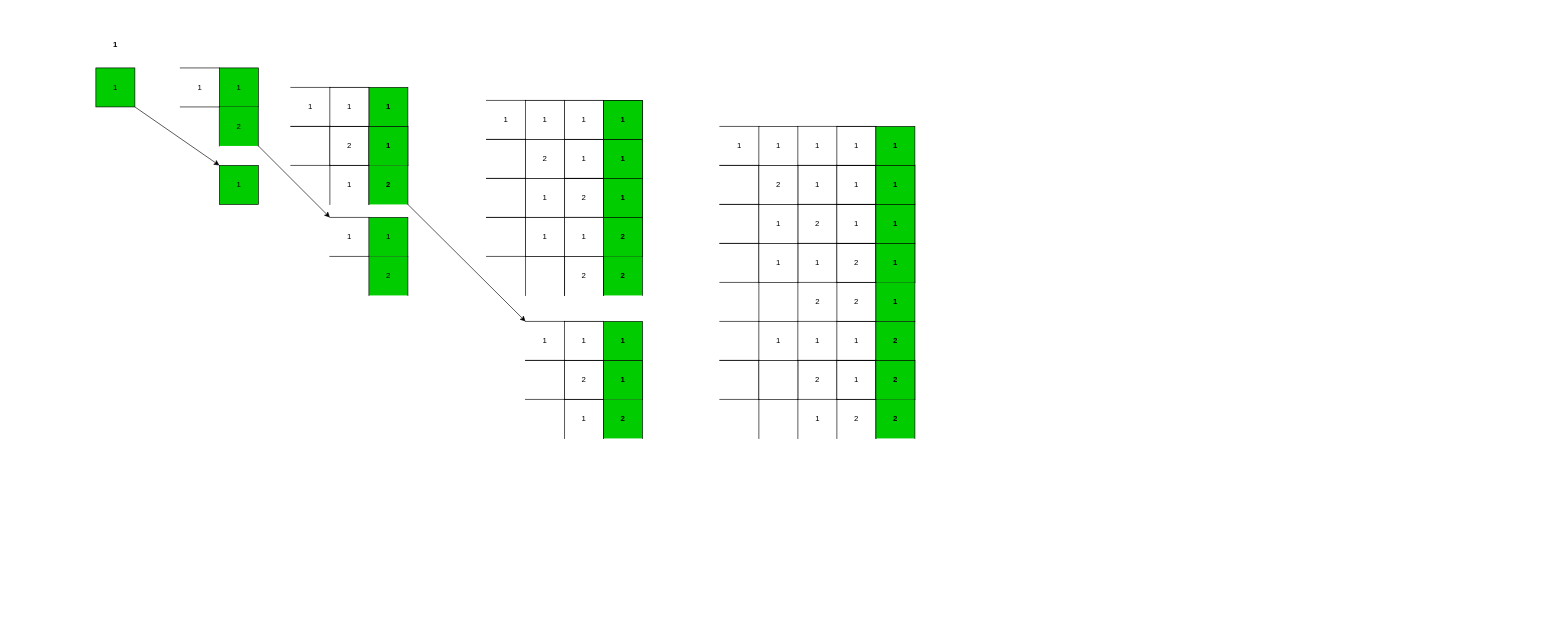
Earlier version of the draw.io diagram 爬梯子.drawio (ChrisFynnWang/algorithm). Source tidied: cells renumbered, new cells numbered last; positions are measured from the earlier drawing's top-left corner, leaving out a move shared by most shapes. Both pictures are drawn from the tidied source at 65%, with x=0, y=0 at pixel (70, 35).
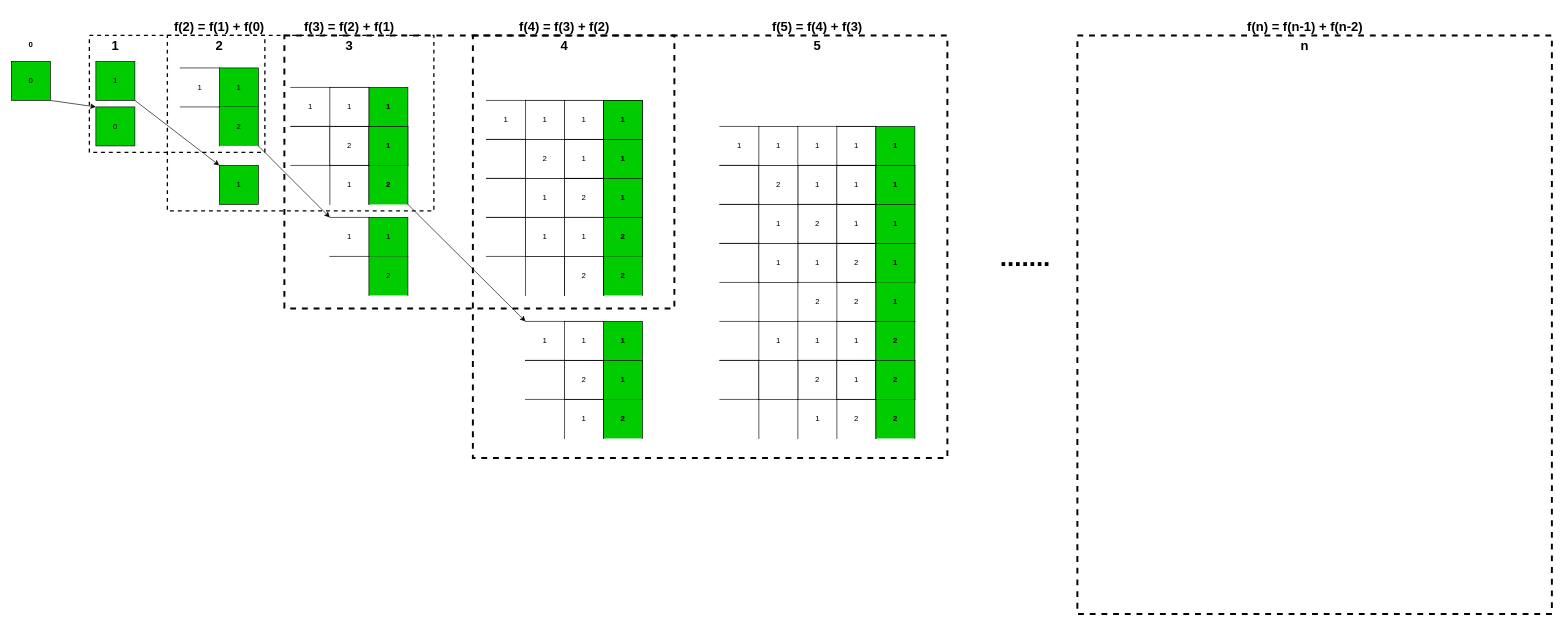
After the change.

Commit message:
更新爬梯子.drawio

What changed in the source:
```diff
@@
+    <mxCell id="174" style="rounded=0;whiteSpace=wrap;html=1;labelBackgroundColor=#FFFFFF;fontColor=#000000;fillColor=none;shadow=0;dashed=1;strokeWidth=2;" parent="1" vertex="1">
+      <mxGeometry x="30" width="270" height="180" as="geometry" />
+    </mxCell>
+    <mxCell id="175" style="rounded=0;whiteSpace=wrap;html=1;labelBackgroundColor=#FFFFFF;fontColor=#000000;fillColor=none;shadow=0;dashed=1;strokeWidth=3;" parent="1" vertex="1">
+      <mxGeometry x="620" width="730" height="650" as="geometry" />
+    </mxCell>
+    <mxCell id="176" style="rounded=0;whiteSpace=wrap;html=1;labelBackgroundColor=#FFFFFF;fontColor=#000000;fillColor=none;shadow=0;dashed=1;strokeWidth=3;" parent="1" vertex="1">
+      <mxGeometry x="330" width="600" height="420" as="geometry" />
+    </mxCell>
+    <mxCell id="177" style="rounded=0;whiteSpace=wrap;html=1;labelBackgroundColor=#FFFFFF;fontColor=#000000;fillColor=none;shadow=0;dashed=1;strokeWidth=2;" parent="1" vertex="1">
+      <mxGeometry x="150" width="410" height="270" as="geometry" />
+    </mxCell>
@@
     <mxCell id="6" style="group;" parent="1" vertex="1">
-      <mxGeometry x="400" y="80" width="120" height="180" as="geometry" />
+      <mxGeometry x="400" y="80" width="120" height="210" as="geometry" />
     </mxCell>
@@
     <mxCell id="10" style="group;" parent="6" vertex="1">
-      <mxGeometry x="-60" width="120" height="180" as="geometry" />
+      <mxGeometry x="-60" width="140" height="210" as="geometry" />
     </mxCell>
@@
     <mxCell id="77" style="group;" parent="1" vertex="1">
-      <mxGeometry y="30" width="120" height="120" as="geometry" />
+      <mxGeometry y="30" width="120" height="140" as="geometry" />
     </mxCell>
     <mxCell id="78" value="1" style="whiteSpace=wrap;html=1;fillColor=#00CC00;" parent="77" vertex="1">
-      <mxGeometry x="40" y="20" width="60" height="60" as="geometry" />
+      <mxGeometry x="40" y="10" width="60" height="60" as="geometry" />
     </mxCell>
+    <mxCell id="178" value="0" style="whiteSpace=wrap;html=1;fillColor=#00CC00;" parent="77" vertex="1">
+      <mxGeometry x="40" y="80" width="60" height="60" as="geometry" />
+    </mxCell>
@@
-    <mxCell id="173" value="&lt;b&gt;1&lt;/b&gt;" style="text;html=1;strokeColor=none;fillColor=none;align=center;verticalAlign=middle;whiteSpace=wrap;rounded=0;labelBackgroundColor=#FFFFFF;fontColor=#000000;" parent="1" vertex="1">
+    <mxCell id="173" value="&lt;b&gt;&lt;font style=&quot;font-size: 20px&quot;&gt;1&lt;/font&gt;&lt;/b&gt;" style="text;html=1;strokeColor=none;fillColor=none;align=center;verticalAlign=middle;whiteSpace=wrap;rounded=0;labelBackgroundColor=#FFFFFF;fontColor=#000000;" parent="1" vertex="1">
       <mxGeometry x="40" width="60" height="30" as="geometry" />
     </mxCell>
+    <mxCell id="179" value="&lt;b&gt;&lt;font style=&quot;font-size: 20px&quot;&gt;2&lt;/font&gt;&lt;/b&gt;" style="text;html=1;strokeColor=none;fillColor=none;align=center;verticalAlign=middle;whiteSpace=wrap;rounded=0;labelBackgroundColor=#FFFFFF;fontColor=#000000;" parent="1" vertex="1">
+      <mxGeometry x="200" width="60" height="30" as="geometry" />
+    </mxCell>
+    <mxCell id="180" value="&lt;b&gt;&lt;font style=&quot;font-size: 20px&quot;&gt;3&lt;/font&gt;&lt;br&gt;&lt;/b&gt;" style="text;html=1;strokeColor=none;fillColor=none;align=center;verticalAlign=middle;whiteSpace=wrap;rounded=0;labelBackgroundColor=#FFFFFF;fontColor=#000000;" parent="1" vertex="1">
+      <mxGeometry x="400" width="60" height="30" as="geometry" />
+    </mxCell>
+    <mxCell id="181" value="&lt;b&gt;&lt;font style=&quot;font-size: 20px&quot;&gt;4&lt;/font&gt;&lt;/b&gt;" style="text;html=1;strokeColor=none;fillColor=none;align=center;verticalAlign=middle;whiteSpace=wrap;rounded=0;labelBackgroundColor=#FFFFFF;fontColor=#000000;" parent="1" vertex="1">
+      <mxGeometry x="731" width="60" height="30" as="geometry" />
+    </mxCell>
+    <mxCell id="182" value="&lt;b style=&quot;font-size: 20px;&quot;&gt;5&lt;/b&gt;" style="text;html=1;strokeColor=none;fillColor=none;align=center;verticalAlign=middle;whiteSpace=wrap;rounded=0;labelBackgroundColor=#FFFFFF;fontColor=#000000;fontSize=20;" parent="1" vertex="1">
+      <mxGeometry x="1120" width="60" height="30" as="geometry" />
+    </mxCell>
+    <mxCell id="183" style="edgeStyle=none;rounded=0;jettySize=auto;html=1;exitX=1;exitY=1;exitDx=0;exitDy=0;entryX=0.037;entryY=0.611;entryDx=0;entryDy=0;entryPerimeter=0;fontColor=#000000;" parent="1" edge="1" source="184" target="174">
+      <mxGeometry relative="1" as="geometry" />
+    </mxCell>
+    <mxCell id="184" value="0" style="whiteSpace=wrap;html=1;fillColor=#00CC00;" parent="1" vertex="1">
+      <mxGeometry x="-90" y="40" width="60" height="60" as="geometry" />
+    </mxCell>
+    <mxCell id="185" value="&lt;b&gt;0&lt;/b&gt;" style="text;html=1;strokeColor=none;fillColor=none;align=center;verticalAlign=middle;whiteSpace=wrap;rounded=0;labelBackgroundColor=#FFFFFF;fontColor=#000000;" parent="1" vertex="1">
+      <mxGeometry x="-90" width="60" height="30" as="geometry" />
+    </mxCell>
+    <mxCell id="186" value="f(2) = f(1) + f(0)" style="text;html=1;strokeColor=none;fillColor=none;align=center;verticalAlign=middle;whiteSpace=wrap;rounded=0;shadow=0;dashed=1;labelBackgroundColor=#FFFFFF;fontColor=#000000;fontStyle=1;fontSize=20;" parent="1" vertex="1">
+      <mxGeometry x="155" y="-30" width="150" height="30" as="geometry" />
+    </mxCell>
+    <mxCell id="187" value="f(3) = f(2) + f(1)" style="text;html=1;strokeColor=none;fillColor=none;align=center;verticalAlign=middle;whiteSpace=wrap;rounded=0;shadow=0;dashed=1;labelBackgroundColor=#FFFFFF;fontColor=#000000;fontStyle=1;fontSize=20;" parent="1" vertex="1">
+      <mxGeometry x="355" y="-30" width="150" height="30" as="geometry" />
+    </mxCell>
+    <mxCell id="188" value="f(4) = f(3) + f(2)" style="text;html=1;strokeColor=none;fillColor=none;align=center;verticalAlign=middle;whiteSpace=wrap;rounded=0;shadow=0;dashed=1;labelBackgroundColor=#FFFFFF;fontColor=#000000;fontStyle=1;fontSize=20;" parent="1" vertex="1">
+      <mxGeometry x="666" y="-30" width="190" height="30" as="geometry" />
+    </mxCell>
+    <mxCell id="189" value="f(5) = f(4) + f(3)" style="text;html=1;strokeColor=none;fillColor=none;align=center;verticalAlign=middle;whiteSpace=wrap;rounded=0;shadow=0;dashed=1;labelBackgroundColor=#FFFFFF;fontColor=#000000;fontStyle=1;fontSize=20;" parent="1" vertex="1">
+      <mxGeometry x="1070" y="-30" width="160" height="30" as="geometry" />
+    </mxCell>
+    <mxCell id="190" style="rounded=0;whiteSpace=wrap;html=1;labelBackgroundColor=#FFFFFF;fontColor=#000000;fillColor=none;shadow=0;dashed=1;strokeWidth=3;" parent="1" vertex="1">
+      <mxGeometry x="1550" width="730" height="890" as="geometry" />
+    </mxCell>
+    <mxCell id="191" value="f(n) = f(n-1) + f(n-2)" style="text;html=1;strokeColor=none;fillColor=none;align=center;verticalAlign=middle;whiteSpace=wrap;rounded=0;shadow=0;dashed=1;labelBackgroundColor=#FFFFFF;fontColor=#000000;fontStyle=1;fontSize=20;" parent="1" vertex="1">
+      <mxGeometry x="1792.5" y="-30" width="215" height="30" as="geometry" />
+    </mxCell>
+    <mxCell id="192" value="......." style="text;html=1;strokeColor=none;fillColor=none;align=center;verticalAlign=middle;whiteSpace=wrap;rounded=0;shadow=0;dashed=1;labelBackgroundColor=#FFFFFF;fontColor=#000000;fontStyle=1;fontSize=40;" parent="1" vertex="1">
+      <mxGeometry x="1380" y="290" width="180" height="100" as="geometry" />
+    </mxCell>
+    <mxCell id="193" value="&lt;b style=&quot;font-size: 20px&quot;&gt;n&lt;/b&gt;" style="text;html=1;strokeColor=none;fillColor=none;align=center;verticalAlign=middle;whiteSpace=wrap;rounded=0;labelBackgroundColor=#FFFFFF;fontColor=#000000;fontSize=20;" parent="1" vertex="1">
+      <mxGeometry x="1870" width="60" height="30" as="geometry" />
+    </mxCell>
+    <mxCell id="194" style="edgeStyle=none;rounded=0;orthogonalLoop=1;jettySize=auto;html=1;exitX=0.5;exitY=0;exitDx=0;exitDy=0;fontSize=20;fontColor=#000000;" parent="1" edge="1" source="187" target="187">
+      <mxGeometry relative="1" as="geometry" />
+    </mxCell>
```
